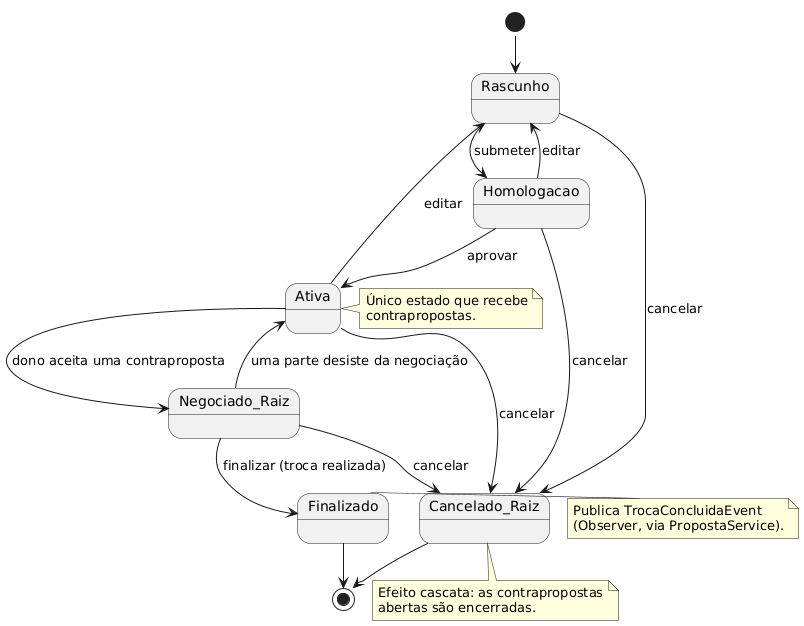
The PlantUML diagram diagramas/DiagramaDeEstadosPropostaV2.png in Rafaelmjmj/arq_proj_2026, before a commit.
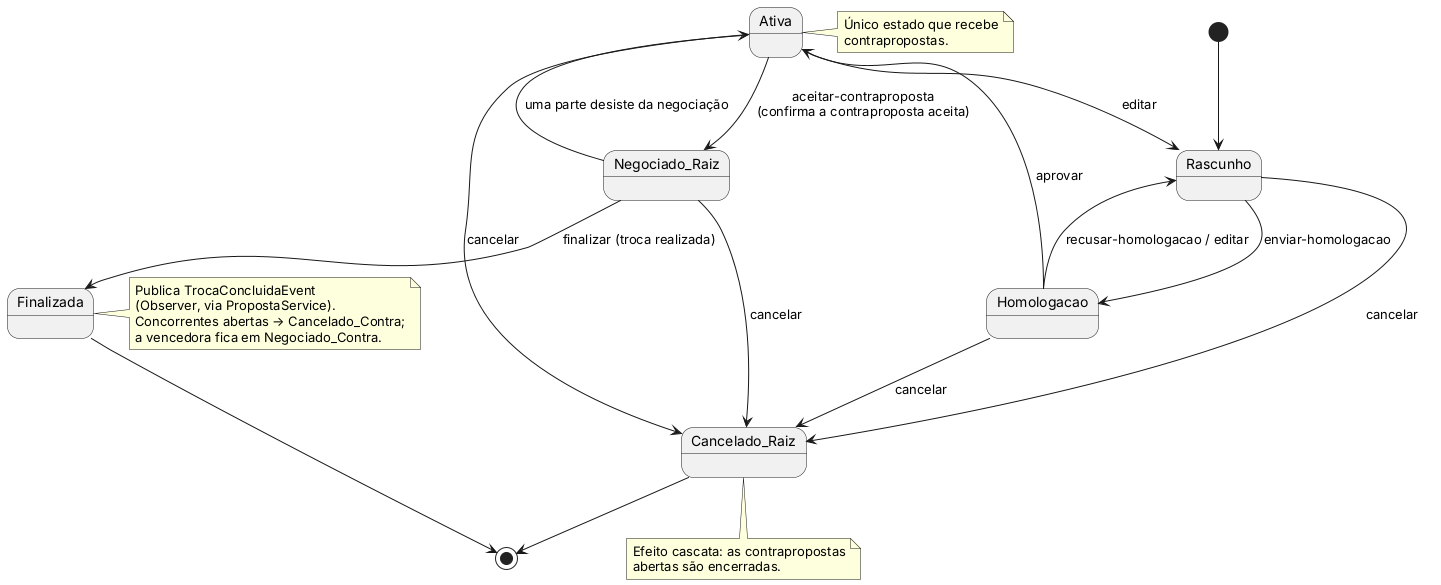
After the commit.

The edit, as a diff of the source:
```diff
@@ -1,24 +1,23 @@
 @startuml
-!pragma layout smetana
 
 [*] --> Rascunho
 
-Rascunho --> Homologacao : submeter
+Rascunho --> Homologacao : enviar-homologacao
 Rascunho --> Cancelado_Raiz : cancelar
 
 Homologacao --> Ativa : aprovar
-Homologacao --> Rascunho : editar
+Homologacao --> Rascunho : recusar-homologacao / editar
 Homologacao --> Cancelado_Raiz : cancelar
 
-Ativa --> Negociado_Raiz : dono aceita uma contraproposta
+Ativa --> Negociado_Raiz : aceitar-contraproposta\n(confirma a contraproposta aceita)
 Ativa --> Rascunho : editar
 Ativa --> Cancelado_Raiz : cancelar
 
-Negociado_Raiz --> Finalizado : finalizar (troca realizada)
+Negociado_Raiz --> Finalizada : finalizar (troca realizada)
 Negociado_Raiz --> Ativa : uma parte desiste da negociação
 Negociado_Raiz --> Cancelado_Raiz : cancelar
 
-Finalizado --> [*]
+Finalizada --> [*]
 Cancelado_Raiz --> [*]
 
 note right of Ativa
@@ -26,9 +25,11 @@
   contrapropostas.
 end note
 
-note right of Finalizado
+note right of Finalizada
   Publica TrocaConcluidaEvent
   (Observer, via PropostaService).
+  Concorrentes abertas → Cancelado_Contra;
+  a vencedora fica em Negociado_Contra.
 end note
 
 note bottom of Cancelado_Raiz
```
